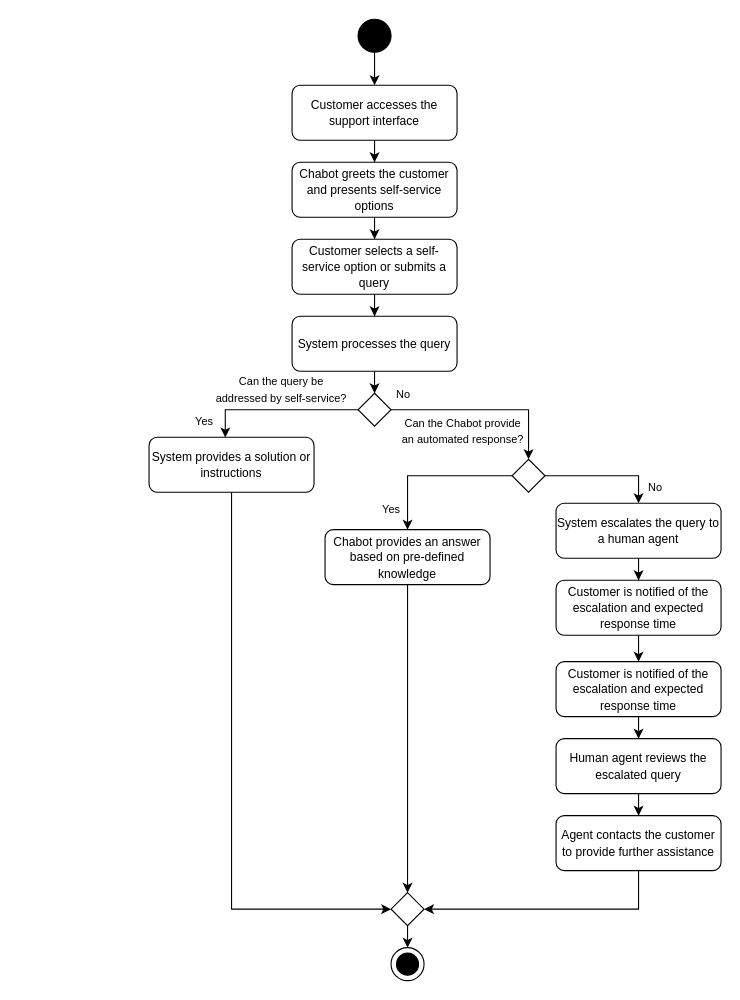
The draw.io diagram page "Page-4" (4 of 27) of Activity Diagram UC-1.drawio in IamSaqibJaved/Diagrams, before the edit. Source tidied: cells renumbered, new cells numbered last; positions are measured from the earlier drawing's top-left corner, leaving out a move shared by most shapes. Both pictures are drawn from the tidied source at 110%, with x=0, y=0 at pixel (148, 19).
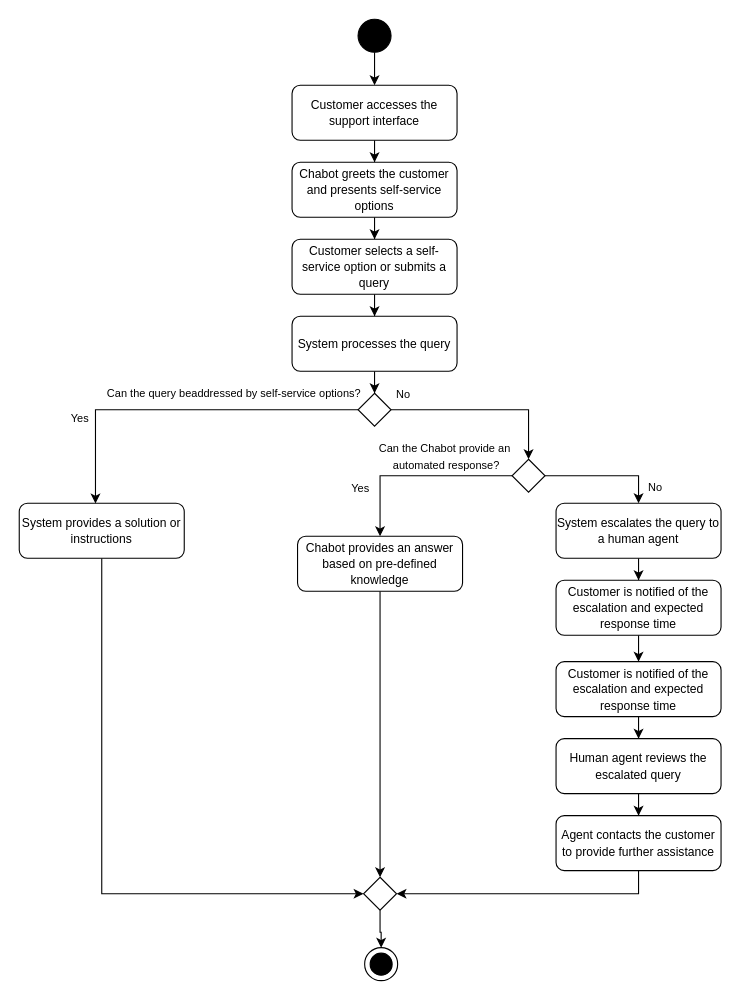
Above is the later version.

What changed in the source:
```diff
@@
     <mxCell id="15" value="&lt;span style=&quot;font-size: 11px;&quot;&gt;System provides a solution or instructions&lt;/span&gt;" style="rounded=1;whiteSpace=wrap;html=1;" parent="1" vertex="1">
-      <mxGeometry y="380" width="150" height="50" as="geometry" />
+      <mxGeometry x="-118" y="440" width="150" height="50" as="geometry" />
     </mxCell>
@@
-    <mxCell id="20" value="&lt;font style=&quot;font-size: 10px;&quot;&gt;Can the query be&lt;br&gt;addressed by self-service?&lt;/font&gt;" style="text;html=1;align=center;verticalAlign=middle;strokeColor=none;fillColor=none;" parent="1" vertex="1">
-      <mxGeometry x="50" y="316" width="140" height="40" as="geometry" />
+    <mxCell id="20" value="&lt;font style=&quot;font-size: 10px;&quot;&gt;Can the query beaddressed by self-service options?&lt;/font&gt;" style="text;html=1;align=center;verticalAlign=middle;strokeColor=none;fillColor=none;" parent="1" vertex="1">
+      <mxGeometry x="-48" y="325" width="250" height="30" as="geometry" />
     </mxCell>
-    <mxCell id="21" value="&lt;span style=&quot;font-size: 10px;&quot;&gt;Can the Chabot provide &lt;br&gt;an automated response?&lt;/span&gt;" style="text;html=1;align=center;verticalAlign=middle;strokeColor=none;fillColor=none;" parent="1" vertex="1">
-      <mxGeometry x="220" y="354" width="130" height="40" as="geometry" />
+    <mxCell id="21" value="&lt;span style=&quot;font-size: 10px;&quot;&gt;Can the Chabot provide an&amp;nbsp;&lt;/span&gt;&lt;div&gt;&lt;span style=&quot;font-size: 10px;&quot;&gt;automated response?&lt;/span&gt;&lt;/div&gt;" style="text;html=1;align=center;verticalAlign=middle;strokeColor=none;fillColor=none;" parent="1" vertex="1">
+      <mxGeometry x="195" y="377" width="150" height="40" as="geometry" />
     </mxCell>
@@
     <mxCell id="23" value="&lt;span style=&quot;font-size: 11px;&quot;&gt;Chabot provides an answer based on pre-defined knowledge&lt;/span&gt;" style="rounded=1;whiteSpace=wrap;html=1;" parent="1" vertex="1">
-      <mxGeometry x="160" y="464" width="150" height="50" as="geometry" />
+      <mxGeometry x="135" y="470" width="150" height="50" as="geometry" />
     </mxCell>
@@
     <mxCell id="35" style="rhombus;whiteSpace=wrap;html=1;" parent="1" vertex="1">
-      <mxGeometry x="220" y="794" width="30" height="30" as="geometry" />
+      <mxGeometry x="195" y="780" width="30" height="30" as="geometry" />
     </mxCell>
     <mxCell id="36" style="ellipse;whiteSpace=wrap;html=1;rounded=1;" parent="1" vertex="1">
-      <mxGeometry x="220" y="844" width="30" height="30" as="geometry" />
+      <mxGeometry x="196" y="844" width="30" height="30" as="geometry" />
     </mxCell>
     <mxCell id="37" style="ellipse;whiteSpace=wrap;html=1;rounded=1;fillColor=#000000;" parent="1" vertex="1">
-      <mxGeometry x="225" y="849" width="20" height="20" as="geometry" />
+      <mxGeometry x="201" y="849" width="20" height="20" as="geometry" />
     </mxCell>
     <mxCell id="38" value="&lt;font style=&quot;font-size: 10px;&quot;&gt;Yes&lt;/font&gt;" style="text;html=1;align=center;verticalAlign=middle;strokeColor=none;fillColor=none;" parent="1" vertex="1">
-      <mxGeometry x="30" y="350" width="40" height="30" as="geometry" />
+      <mxGeometry x="-83" y="348" width="40" height="30" as="geometry" />
     </mxCell>
@@
     <mxCell id="40" value="&lt;font style=&quot;font-size: 10px;&quot;&gt;Yes&lt;/font&gt;" style="text;html=1;align=center;verticalAlign=middle;strokeColor=none;fillColor=none;" parent="1" vertex="1">
-      <mxGeometry x="200" y="430" width="40" height="30" as="geometry" />
+      <mxGeometry x="172" y="411" width="40" height="30" as="geometry" />
     </mxCell>
```
